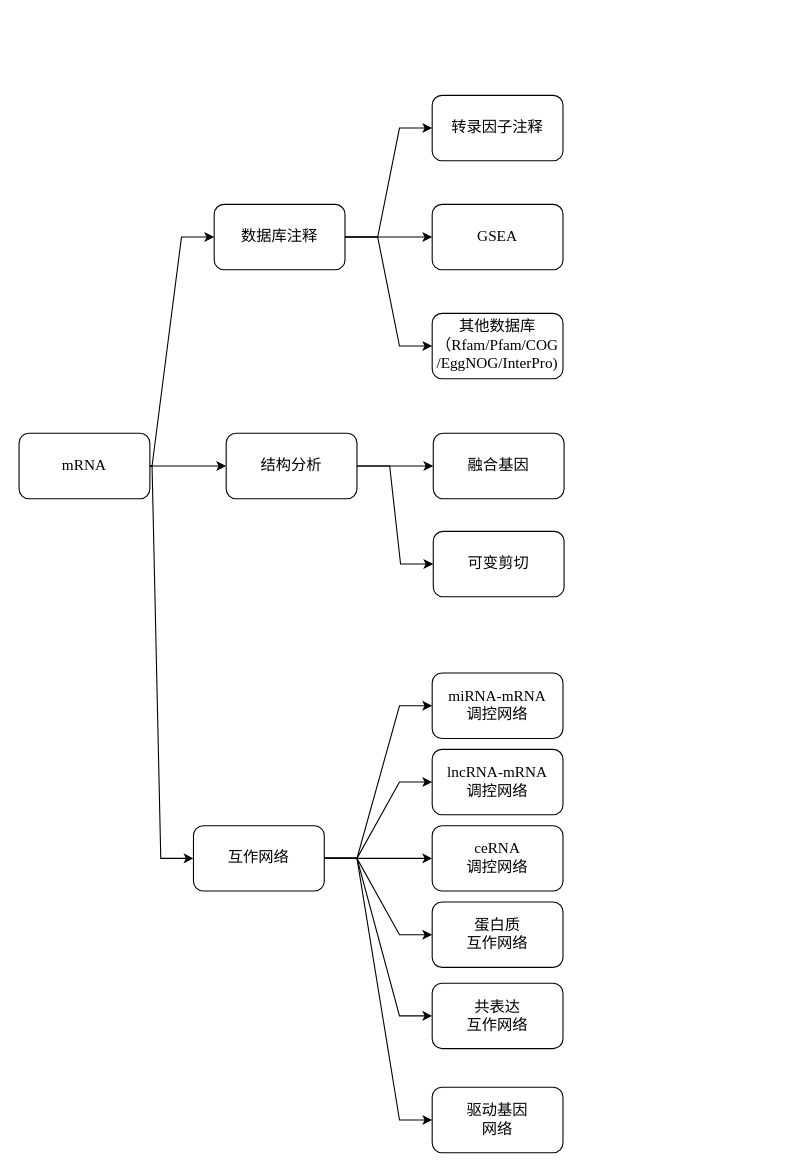
Before: page "mRNA分析" (2 of 5) of RNA-seq常规分析流程.drawio in gnilihzeux/Bioinformatics_Pipeline, a draw.io diagram. Source tidied: cells renumbered, new cells numbered last; positions are measured from the earlier drawing's top-left corner, leaving out a move shared by most shapes. Both pictures are drawn from the tidied source at 109%, with x=0, y=0 at pixel (19, 95).
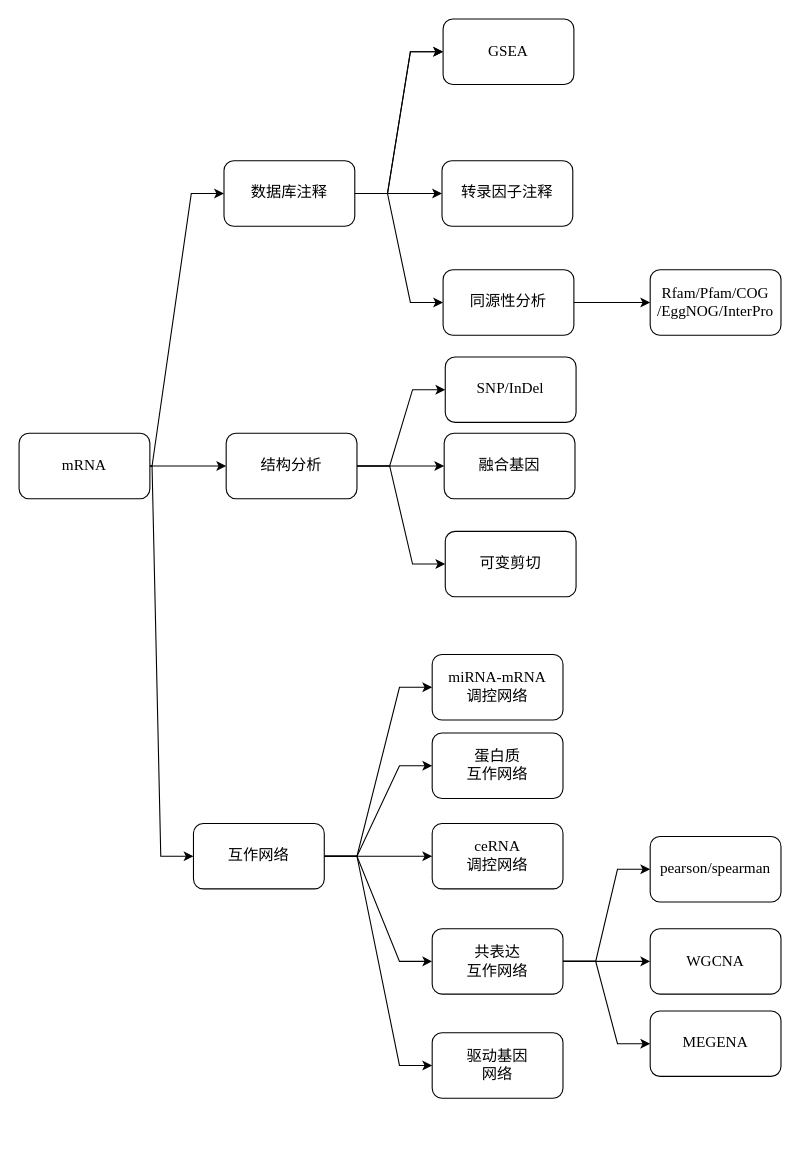
Above is the later version.

Unchanged cells that the change refers to:
```xml
<mxCell id="28" value="结构分析" style="whiteSpace=wrap;html=1;fontSize=14;fontFamily=Times New Roman;rounded=1;" parent="1" vertex="1">
  <mxGeometry x="190" y="310" width="120" height="60" as="geometry" />
</mxCell>
```

Diff of the diagram source:
```diff
@@
-    <mxCell id="8" style="edgeStyle=entityRelationEdgeStyle;shape=connector;rounded=0;jumpStyle=none;jumpSize=6;jettySize=auto;html=1;labelBackgroundColor=default;fontFamily=Times New Roman;fontSize=14;fontColor=default;endArrow=classic;endSize=6;targetPerimeterSpacing=0;strokeColor=default;" parent="1" edge="1" source="9" target="19">
-      <mxGeometry relative="1" as="geometry" />
-    </mxCell>
+    <mxCell id="31" style="edgeStyle=entityRelationEdgeStyle;shape=connector;rounded=0;jumpStyle=none;jumpSize=6;jettySize=auto;html=1;labelBackgroundColor=default;fontFamily=Times New Roman;fontSize=14;fontColor=default;endArrow=classic;endSize=6;targetPerimeterSpacing=0;strokeColor=default;" parent="1" edge="1" source="9" target="18">
+      <mxGeometry relative="1" as="geometry" />
+    </mxCell>
+    <mxCell id="32" style="edgeStyle=entityRelationEdgeStyle;shape=connector;rounded=0;jumpStyle=none;jumpSize=6;jettySize=auto;html=1;labelBackgroundColor=default;fontFamily=Times New Roman;fontSize=14;fontColor=default;endArrow=classic;endSize=6;targetPerimeterSpacing=0;strokeColor=default;" parent="1" edge="1" source="9" target="38">
+      <mxGeometry relative="1" as="geometry" />
+    </mxCell>
     <mxCell id="9" value="数据库注释" style="whiteSpace=wrap;html=1;fontSize=14;fontFamily=Times New Roman;rounded=1;" parent="1" vertex="1">
-      <mxGeometry x="179" y="100" width="120" height="60" as="geometry" />
+      <mxGeometry x="188" y="60" width="120" height="60" as="geometry" />
     </mxCell>
@@
-    <mxCell id="11" style="edgeStyle=entityRelationEdgeStyle;shape=connector;rounded=0;jumpStyle=none;jumpSize=6;jettySize=auto;html=1;labelBackgroundColor=default;fontFamily=Times New Roman;fontSize=14;fontColor=default;endArrow=classic;endSize=6;targetPerimeterSpacing=0;strokeColor=default;" parent="1" edge="1" source="16" target="21">
-      <mxGeometry relative="1" as="geometry" />
-    </mxCell>
@@
     <mxCell id="16" value="互作网络" style="whiteSpace=wrap;html=1;fontSize=14;fontFamily=Times New Roman;rounded=1;" parent="1" vertex="1">
-      <mxGeometry x="160" y="670" width="120" height="60" as="geometry" />
+      <mxGeometry x="160" y="668" width="120" height="60" as="geometry" />
     </mxCell>
     <mxCell id="17" value="转录因子注释" style="whiteSpace=wrap;html=1;fontSize=14;fontFamily=Times New Roman;rounded=1;" parent="1" vertex="1">
-      <mxGeometry x="379" width="120" height="60" as="geometry" />
+      <mxGeometry x="388" y="60" width="120" height="60" as="geometry" />
     </mxCell>
     <mxCell id="18" value="GSEA" style="whiteSpace=wrap;html=1;fontSize=14;fontFamily=Times New Roman;rounded=1;" parent="1" vertex="1">
-      <mxGeometry x="379" y="100" width="120" height="60" as="geometry" />
+      <mxGeometry x="389" y="-70" width="120" height="60" as="geometry" />
     </mxCell>
-    <mxCell id="19" value="其他数据库&lt;br&gt;（Rfam/Pfam/COG&lt;br&gt;/EggNOG/InterPro)" style="whiteSpace=wrap;html=1;fontSize=14;fontFamily=Times New Roman;rounded=1;" parent="1" vertex="1">
-      <mxGeometry x="379" y="200" width="120" height="60" as="geometry" />
-    </mxCell>
     <mxCell id="20" value="miRNA-mRNA&lt;br&gt;调控网络" style="whiteSpace=wrap;html=1;fontSize=14;fontFamily=Times New Roman;rounded=1;" parent="1" vertex="1">
-      <mxGeometry x="379" y="530" width="120" height="60" as="geometry" />
+      <mxGeometry x="379" y="513" width="120" height="60" as="geometry" />
     </mxCell>
-    <mxCell id="21" value="lncRNA-mRNA&lt;br&gt;调控网络" style="whiteSpace=wrap;html=1;fontSize=14;fontFamily=Times New Roman;rounded=1;" parent="1" vertex="1">
-      <mxGeometry x="379" y="600" width="120" height="60" as="geometry" />
-    </mxCell>
     <mxCell id="22" value="蛋白质&lt;br&gt;互作网络" style="whiteSpace=wrap;html=1;fontSize=14;fontFamily=Times New Roman;rounded=1;" parent="1" vertex="1">
-      <mxGeometry x="379" y="740" width="120" height="60" as="geometry" />
+      <mxGeometry x="379" y="585" width="120" height="60" as="geometry" />
     </mxCell>
+    <mxCell id="33" style="edgeStyle=entityRelationEdgeStyle;shape=connector;rounded=0;jumpStyle=none;jumpSize=6;jettySize=auto;html=1;labelBackgroundColor=default;fontFamily=Times New Roman;fontSize=14;fontColor=default;endArrow=classic;endSize=6;targetPerimeterSpacing=0;strokeColor=default;" parent="1" edge="1" source="23" target="40">
+      <mxGeometry relative="1" as="geometry" />
+    </mxCell>
+    <mxCell id="34" style="edgeStyle=entityRelationEdgeStyle;shape=connector;rounded=0;jumpStyle=none;jumpSize=6;jettySize=auto;html=1;labelBackgroundColor=default;fontFamily=Times New Roman;fontSize=14;fontColor=default;endArrow=classic;endSize=6;targetPerimeterSpacing=0;strokeColor=default;" parent="1" edge="1" source="23" target="41">
+      <mxGeometry relative="1" as="geometry" />
+    </mxCell>
+    <mxCell id="35" style="edgeStyle=entityRelationEdgeStyle;shape=connector;rounded=0;jumpStyle=none;jumpSize=6;jettySize=auto;html=1;labelBackgroundColor=default;fontFamily=Times New Roman;fontSize=14;fontColor=default;endArrow=classic;endSize=6;targetPerimeterSpacing=0;strokeColor=default;" parent="1" edge="1" source="23" target="42">
+      <mxGeometry relative="1" as="geometry" />
+    </mxCell>
     <mxCell id="23" value="共表达&lt;br&gt;互作网络" style="whiteSpace=wrap;html=1;fontSize=14;fontFamily=Times New Roman;rounded=1;" parent="1" vertex="1">
-      <mxGeometry x="379" y="814.5" width="120" height="60" as="geometry" />
+      <mxGeometry x="379" y="764.5" width="120" height="60" as="geometry" />
     </mxCell>
     <mxCell id="24" value="ceRNA&lt;br&gt;调控网络" style="whiteSpace=wrap;html=1;fontSize=14;fontFamily=Times New Roman;rounded=1;" parent="1" vertex="1">
-      <mxGeometry x="379" y="670" width="120" height="60" as="geometry" />
+      <mxGeometry x="379" y="668" width="120" height="60" as="geometry" />
     </mxCell>
     <mxCell id="25" value="驱动基因&lt;br&gt;网络" style="whiteSpace=wrap;html=1;fontSize=14;fontFamily=Times New Roman;rounded=1;" parent="1" vertex="1">
-      <mxGeometry x="379" y="910" width="120" height="60" as="geometry" />
+      <mxGeometry x="379" y="860" width="120" height="60" as="geometry" />
     </mxCell>
@@
+    <mxCell id="36" style="edgeStyle=entityRelationEdgeStyle;shape=connector;rounded=0;jumpStyle=none;jumpSize=6;jettySize=auto;html=1;labelBackgroundColor=default;fontFamily=Times New Roman;fontSize=14;fontColor=default;endArrow=classic;endSize=6;targetPerimeterSpacing=0;strokeColor=default;" parent="1" edge="1" source="28" target="43">
+      <mxGeometry relative="1" as="geometry" />
+    </mxCell>
@@
     <mxCell id="29" value="融合基因" style="whiteSpace=wrap;html=1;fontSize=14;fontFamily=Times New Roman;rounded=1;" parent="1" vertex="1">
-      <mxGeometry x="380" y="310" width="120" height="60" as="geometry" />
+      <mxGeometry x="390" y="310" width="120" height="60" as="geometry" />
     </mxCell>
     <mxCell id="30" value="可变剪切" style="whiteSpace=wrap;html=1;fontSize=14;fontFamily=Times New Roman;rounded=1;" parent="1" vertex="1">
-      <mxGeometry x="380" y="400" width="120" height="60" as="geometry" />
+      <mxGeometry x="391" y="400" width="120" height="60" as="geometry" />
     </mxCell>
+    <mxCell id="37" style="edgeStyle=entityRelationEdgeStyle;shape=connector;rounded=0;jumpStyle=none;jumpSize=6;jettySize=auto;html=1;labelBackgroundColor=default;fontFamily=Times New Roman;fontSize=14;fontColor=default;endArrow=classic;endSize=6;targetPerimeterSpacing=0;strokeColor=default;" parent="1" edge="1" source="38" target="39">
+      <mxGeometry relative="1" as="geometry" />
+    </mxCell>
+    <mxCell id="38" value="同源性分析" style="whiteSpace=wrap;html=1;fontSize=14;fontFamily=Times New Roman;rounded=1;" parent="1" vertex="1">
+      <mxGeometry x="389" y="160" width="120" height="60" as="geometry" />
+    </mxCell>
+    <mxCell id="39" value="&lt;span&gt;Rfam/Pfam/COG&lt;/span&gt;&lt;br&gt;&lt;span&gt;/EggNOG/InterPro&lt;/span&gt;" style="whiteSpace=wrap;html=1;fontSize=14;fontFamily=Times New Roman;rounded=1;" parent="1" vertex="1">
+      <mxGeometry x="579" y="160" width="120" height="60" as="geometry" />
+    </mxCell>
+    <mxCell id="40" value="WGCNA" style="whiteSpace=wrap;html=1;fontSize=14;fontFamily=Times New Roman;rounded=1;" parent="1" vertex="1">
+      <mxGeometry x="579" y="764.5" width="120" height="60" as="geometry" />
+    </mxCell>
+    <mxCell id="41" value="MEGENA" style="whiteSpace=wrap;html=1;fontSize=14;fontFamily=Times New Roman;rounded=1;" parent="1" vertex="1">
+      <mxGeometry x="579" y="840" width="120" height="60" as="geometry" />
+    </mxCell>
+    <mxCell id="42" value="pearson/spearman" style="whiteSpace=wrap;html=1;fontSize=14;fontFamily=Times New Roman;rounded=1;" parent="1" vertex="1">
+      <mxGeometry x="579" y="680" width="120" height="60" as="geometry" />
+    </mxCell>
+    <mxCell id="43" value="SNP/InDel" style="whiteSpace=wrap;html=1;fontSize=14;fontFamily=Times New Roman;rounded=1;" parent="1" vertex="1">
+      <mxGeometry x="391" y="240" width="120" height="60" as="geometry" />
+    </mxCell>
```
